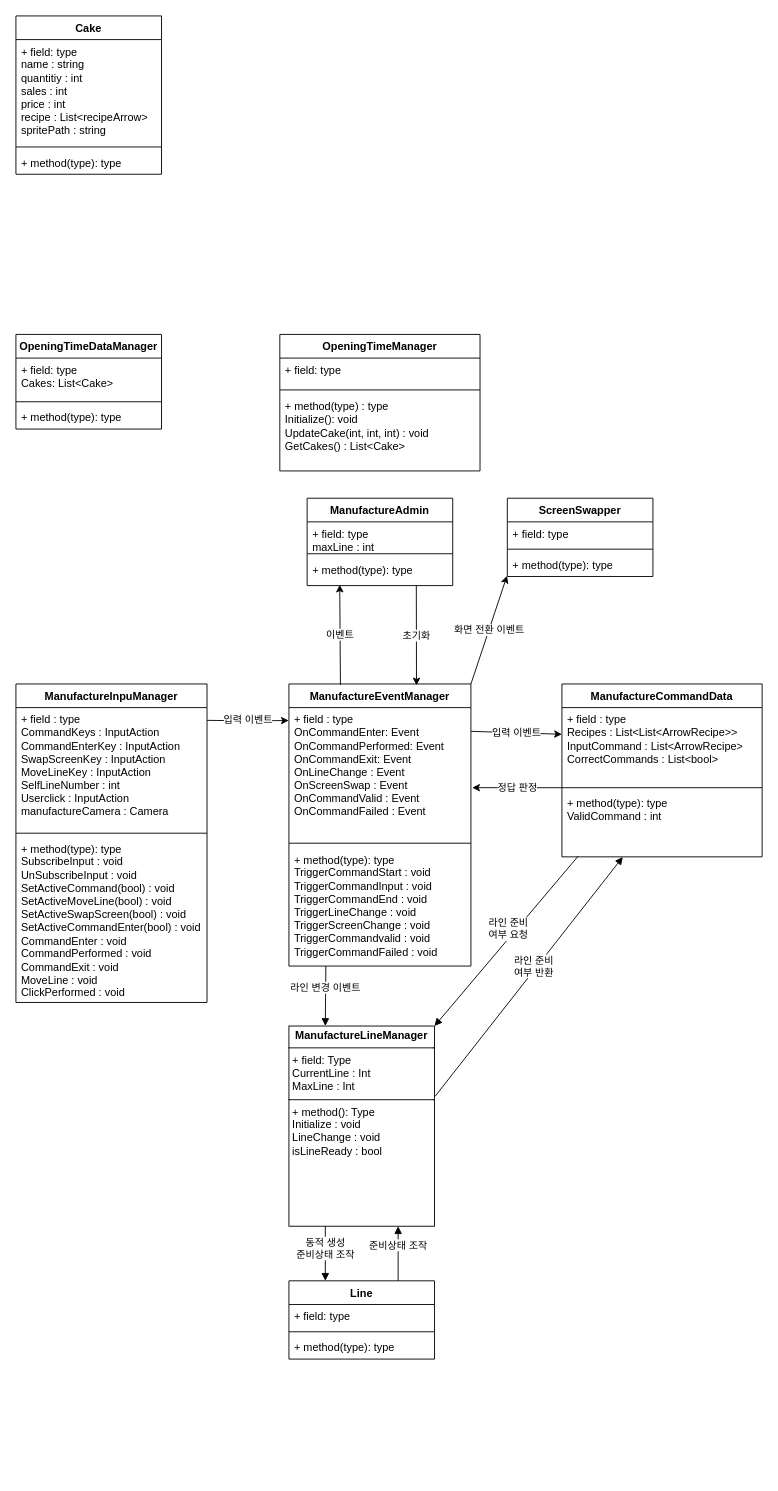
The draw.io diagram Assets/Scripts/Manufacture/Manufacture.drawio in JeongHwanjun/Muffin, before the edit. Source tidied: cells renumbered, new cells numbered last; positions are measured from the earlier drawing's top-left corner, leaving out a move shared by most shapes. Both pictures are drawn from the tidied source at 91%, with x=0, y=0 at pixel (15, 15).
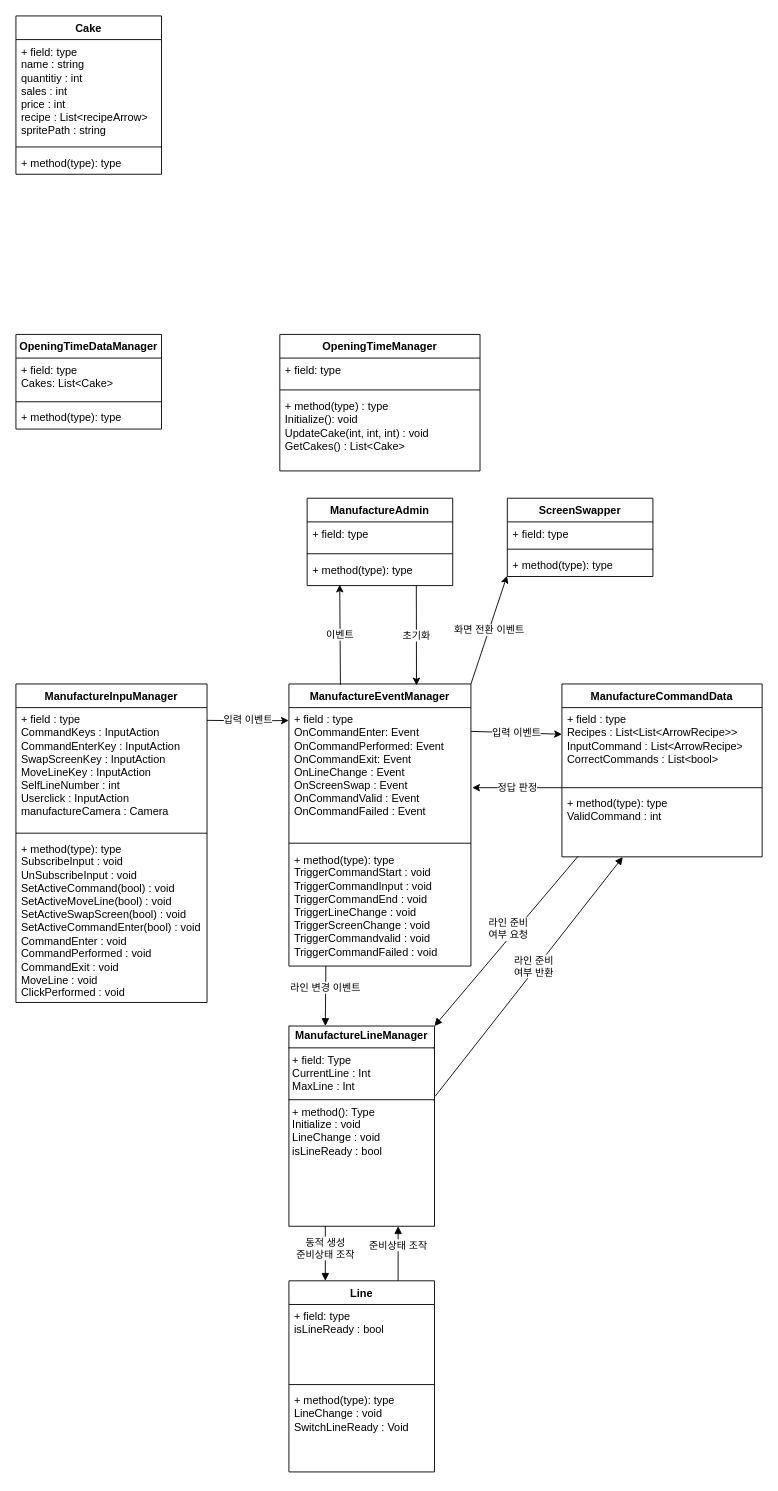
The same page after the edit.

The change refers to these unchanged cells:
```xml
<mxCell id="6" value="ManufactureAdmin" style="swimlane;fontStyle=1;align=center;verticalAlign=top;horizontal=1;startSize=26;whiteSpace=wrap;html=1;" parent="1" vertex="1">
  <mxGeometry x="320" y="530" width="160" height="96" as="geometry" />
</mxCell>
```

Change to the diagram source:
```diff
@@
-    <mxCell id="7" value="+ field: type&lt;div&gt;maxLine : int&lt;/div&gt;" style="text;strokeColor=none;fillColor=none;align=left;verticalAlign=top;spacingLeft=4;spacingRight=4;overflow=hidden;whiteSpace=wrap;html=1;" parent="6" vertex="1">
+    <mxCell id="7" value="+ field: type" style="text;strokeColor=none;fillColor=none;align=left;verticalAlign=top;spacingLeft=4;spacingRight=4;overflow=hidden;whiteSpace=wrap;html=1;" parent="6" vertex="1">
       <mxGeometry y="26" width="160" height="30" as="geometry" />
     </mxCell>
@@
     <mxCell id="35" value="Line" style="swimlane;fontStyle=1;align=center;verticalAlign=top;horizontal=1;startSize=26;whiteSpace=wrap;html=1;" parent="1" vertex="1">
-      <mxGeometry x="300" y="1390" width="160" height="86" as="geometry" />
+      <mxGeometry x="300" y="1390" width="160" height="210" as="geometry" />
     </mxCell>
-    <mxCell id="36" value="+ field: type&lt;div&gt;&lt;br&gt;&lt;/div&gt;" style="text;strokeColor=none;fillColor=none;align=left;verticalAlign=top;spacingLeft=4;spacingRight=4;overflow=hidden;whiteSpace=wrap;html=1;" parent="35" vertex="1">
-      <mxGeometry y="26" width="160" height="26" as="geometry" />
+    <mxCell id="36" value="+ field: type&lt;div&gt;isLineReady : bool&lt;/div&gt;" style="text;strokeColor=none;fillColor=none;align=left;verticalAlign=top;spacingLeft=4;spacingRight=4;overflow=hidden;whiteSpace=wrap;html=1;" parent="35" vertex="1">
+      <mxGeometry y="26" width="160" height="84" as="geometry" />
     </mxCell>
     <mxCell id="37" style="line;strokeWidth=1;fillColor=none;align=left;verticalAlign=middle;spacingTop=-1;spacingLeft=3;spacingRight=3;labelPosition=right;strokeColor=inherit;" parent="35" vertex="1">
-      <mxGeometry y="52" width="160" height="8" as="geometry" />
+      <mxGeometry y="110" width="160" height="8" as="geometry" />
     </mxCell>
-    <mxCell id="38" value="+ method(type): type" style="text;strokeColor=none;fillColor=none;align=left;verticalAlign=top;spacingLeft=4;spacingRight=4;overflow=hidden;whiteSpace=wrap;html=1;" parent="35" vertex="1">
-      <mxGeometry y="60" width="160" height="26" as="geometry" />
+    <mxCell id="38" value="+ method(type): type&lt;div&gt;LineChange : void&lt;/div&gt;&lt;div&gt;SwitchLineReady : Void&lt;/div&gt;" style="text;strokeColor=none;fillColor=none;align=left;verticalAlign=top;spacingLeft=4;spacingRight=4;overflow=hidden;whiteSpace=wrap;html=1;" parent="35" vertex="1">
+      <mxGeometry y="118" width="160" height="92" as="geometry" />
     </mxCell>
```
